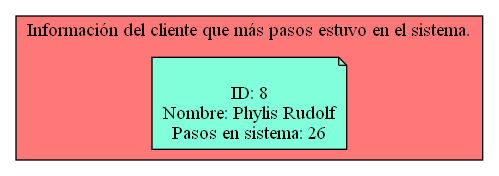
Above: Simple_Clients_Served_Report.png in Serch-ING/EDD_UDRAWING_202000119 (Graphviz), before the change. Its source is kept beside it as Simple_Clients_Served_Report.dot.
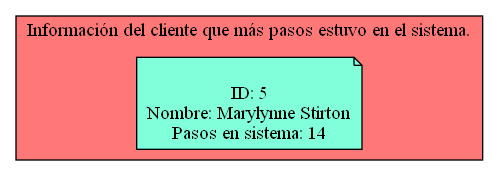
After the commit.

The edit, as a diff of the source:
```diff
@@ -3,8 +3,8 @@
 subgraph cluster_p{
     label= "Información del cliente que más pasos estuvo en el sistema."
     bgcolor = "#FF7878"
-Nodo2020152163[label="
-ID: 8
-Nombre: Phylis Rudolf
-Pasos en sistema: 26",fillcolor="#81FFDA"]
+Nodo1337335626[label="
+ID: 5
+Nombre: Marylynne Stirton
+Pasos en sistema: 14",fillcolor="#81FFDA"]
 }}
```
